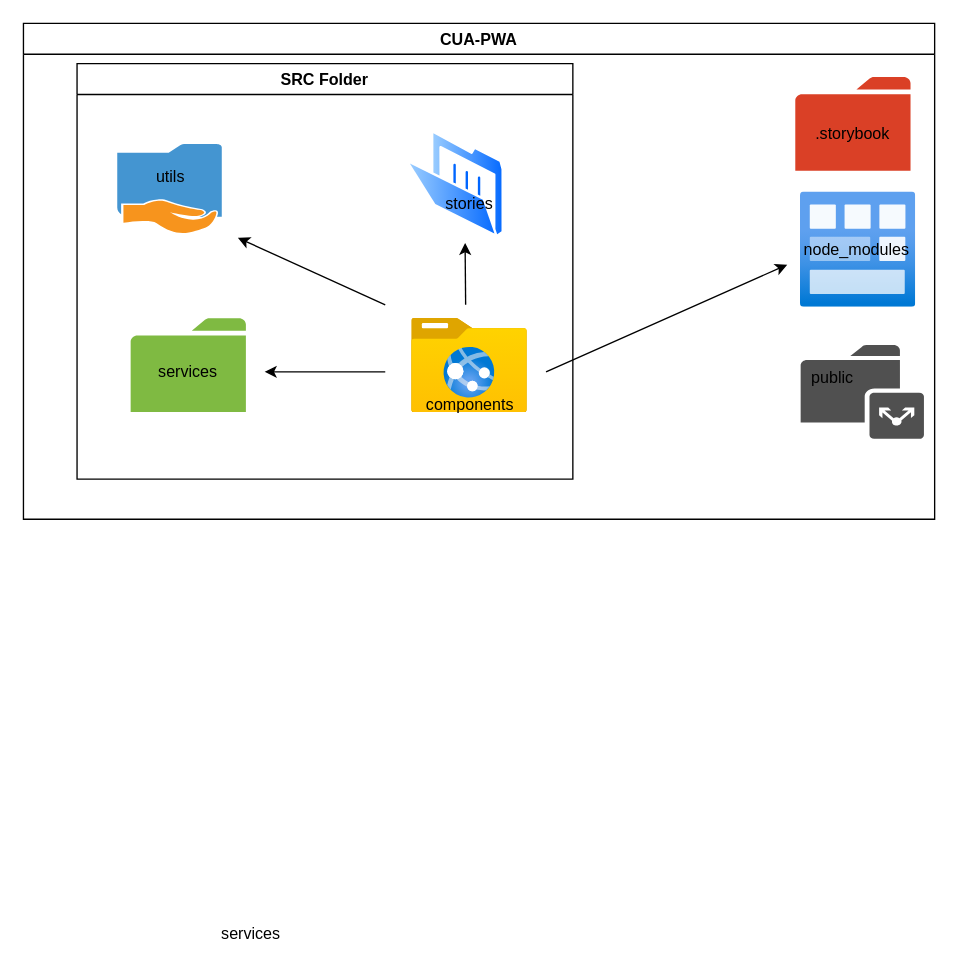
Earlier version of the draw.io diagram image/react-structuration.drawio (vetsonombana/diagram). Source tidied: cells renumbered, new cells numbered last; positions are measured from the earlier drawing's top-left corner, leaving out a move shared by most shapes. Both pictures are drawn from the tidied source at 134%, with x=0, y=0 at pixel (23, 23).
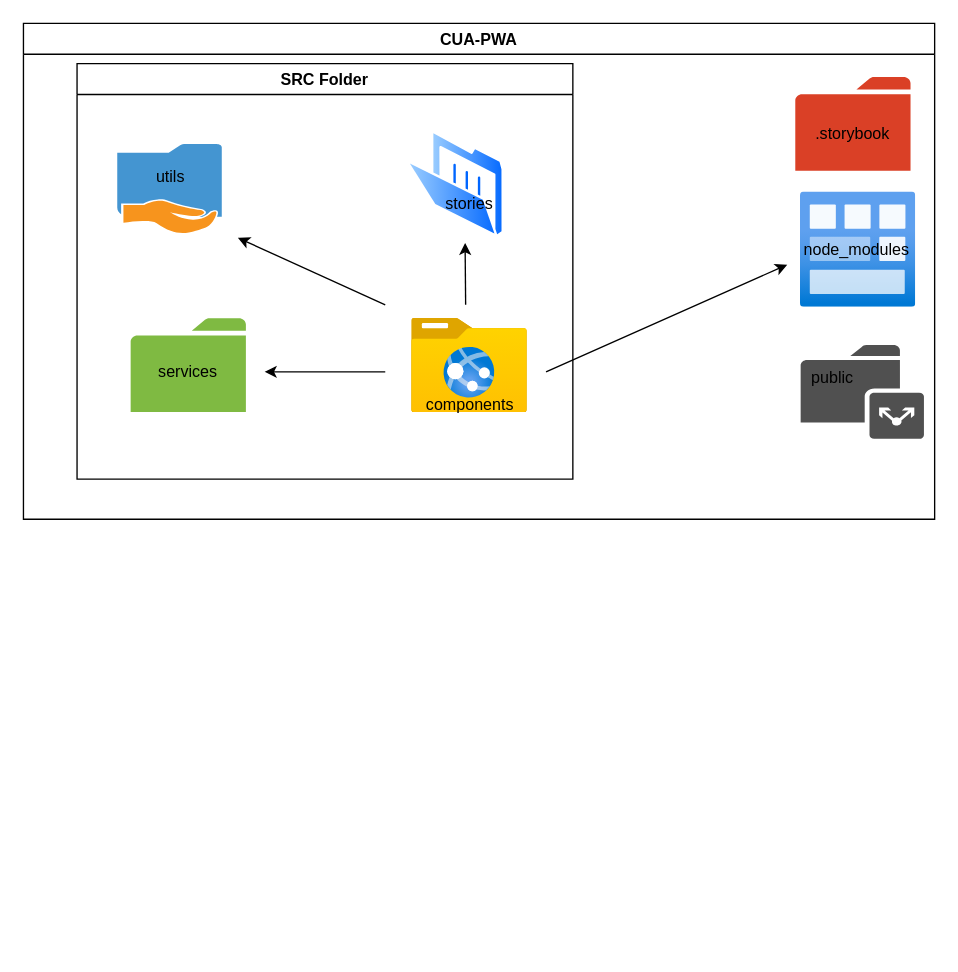
The same diagram, later.

The edit, as a diff of the source:
```diff
@@
-    <mxCell id="16" value="services" style="text;html=1;strokeColor=none;fillColor=none;align=center;verticalAlign=middle;whiteSpace=wrap;rounded=0;" parent="1" vertex="1">
-      <mxGeometry x="150" y="670" width="40" height="20" as="geometry" />
-    </mxCell>
```
